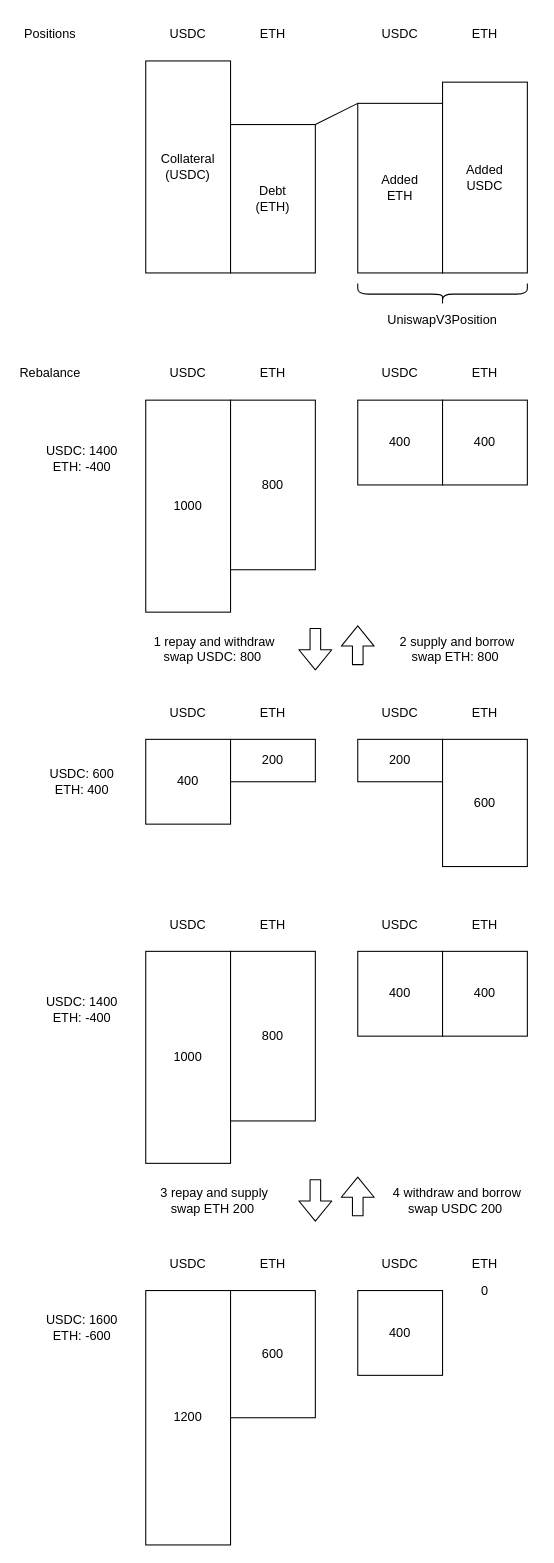
The draw.io diagram page "RebalanceFormula" (2 of 2) of contracts/overview.drawio in orange-finance/alpha-contract, before the edit. Source tidied: cells renumbered, new cells numbered last; positions are measured from the earlier drawing's top-left corner, leaving out a move shared by most shapes. Both pictures are drawn from the tidied source at 106%, with x=0, y=0 at pixel (18, 18).
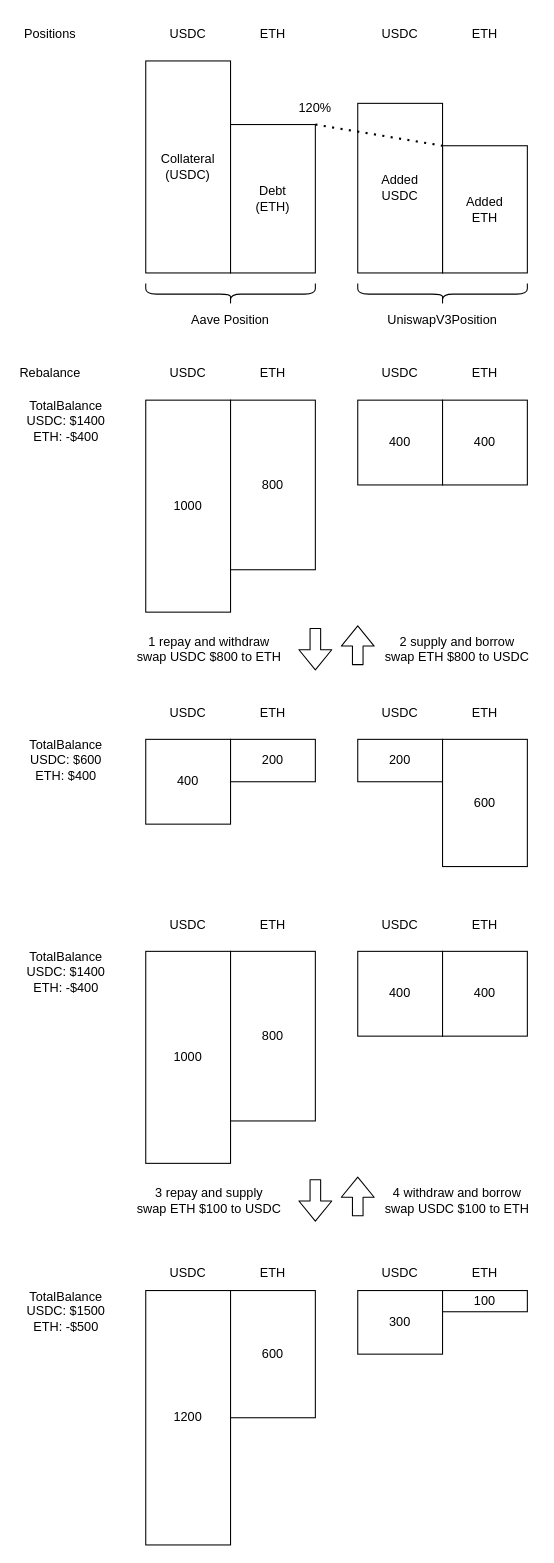
Above is the later version.

The change refers to these unchanged cells:
```xml
<mxCell id="3" value="Debt&lt;br&gt;(ETH)" style="rounded=0;whiteSpace=wrap;html=1;" parent="1" vertex="1">
  <mxGeometry x="200" y="100" width="80" height="140" as="geometry" />
</mxCell>
```

The edit, as a diff of the source:
```diff
@@
     <mxCell id="4" value="Added&lt;br&gt;ETH" style="rounded=0;whiteSpace=wrap;html=1;" parent="1" vertex="1">
-      <mxGeometry x="320" y="80" width="80" height="160" as="geometry" />
+      <mxGeometry x="400" y="120" width="80" height="120" as="geometry" />
     </mxCell>
     <mxCell id="5" value="Added&lt;br&gt;USDC" style="rounded=0;whiteSpace=wrap;html=1;" parent="1" vertex="1">
-      <mxGeometry x="400" y="60" width="80" height="180" as="geometry" />
+      <mxGeometry x="320" y="80" width="80" height="160" as="geometry" />
     </mxCell>
@@
-    <mxCell id="14" value="USDC: 1400&lt;br&gt;ETH: -400" style="text;html=1;strokeColor=none;fillColor=none;align=center;verticalAlign=middle;whiteSpace=wrap;rounded=0;" parent="1" vertex="1">
-      <mxGeometry x="20" y="400" width="80" height="30" as="geometry" />
+    <mxCell id="14" value="TotalBalance&lt;br&gt;USDC: $1400&lt;br&gt;ETH: -$400" style="text;html=1;strokeColor=none;fillColor=none;align=center;verticalAlign=middle;whiteSpace=wrap;rounded=0;" parent="1" vertex="1">
+      <mxGeometry y="360" width="90" height="40" as="geometry" />
     </mxCell>
@@
-    <mxCell id="23" value="USDC: 600&lt;br&gt;ETH: 400" style="text;html=1;strokeColor=none;fillColor=none;align=center;verticalAlign=middle;whiteSpace=wrap;rounded=0;" parent="1" vertex="1">
-      <mxGeometry x="20" y="705" width="80" height="30" as="geometry" />
+    <mxCell id="23" value="TotalBalance&lt;br&gt;USDC: $600&lt;br&gt;ETH: $400" style="text;html=1;strokeColor=none;fillColor=none;align=center;verticalAlign=middle;whiteSpace=wrap;rounded=0;" parent="1" vertex="1">
+      <mxGeometry y="680" width="90" height="40" as="geometry" />
     </mxCell>
@@
-    <mxCell id="25" value="1 repay and withdraw&lt;br&gt;swap USDC: 800&amp;nbsp;" style="text;html=1;strokeColor=none;fillColor=none;align=center;verticalAlign=middle;whiteSpace=wrap;rounded=0;" parent="1" vertex="1">
-      <mxGeometry x="120" y="580" width="130" height="30" as="geometry" />
+    <mxCell id="25" value="1 repay and withdraw&lt;br&gt;swap USDC $800 to ETH" style="text;html=1;strokeColor=none;fillColor=none;align=center;verticalAlign=middle;whiteSpace=wrap;rounded=0;" parent="1" vertex="1">
+      <mxGeometry x="110" y="580" width="140" height="30" as="geometry" />
     </mxCell>
-    <mxCell id="26" style="endArrow=none;html=1;exitX=1;exitY=0;exitDx=0;exitDy=0;entryX=0;entryY=0;entryDx=0;entryDy=0;" parent="1" edge="1" source="3" target="4">
-      <mxGeometry relative="1" as="geometry" />
-    </mxCell>
@@
-    <mxCell id="36" value="2 supply and borrow&lt;br&gt;swap ETH: 800&amp;nbsp;" style="text;html=1;strokeColor=none;fillColor=none;align=center;verticalAlign=middle;whiteSpace=wrap;rounded=0;" parent="1" vertex="1">
+    <mxCell id="36" value="2 supply and borrow&lt;br&gt;swap ETH $800 to USDC" style="text;html=1;strokeColor=none;fillColor=none;align=center;verticalAlign=middle;whiteSpace=wrap;rounded=0;" parent="1" vertex="1">
       <mxGeometry x="339" y="580" width="150" height="30" as="geometry" />
     </mxCell>
@@
     <mxCell id="46" value="USDC" style="text;html=1;strokeColor=none;fillColor=none;align=center;verticalAlign=middle;whiteSpace=wrap;rounded=0;" parent="1" vertex="1">
-      <mxGeometry x="130" y="1160" width="60" height="30" as="geometry" />
+      <mxGeometry x="130" y="1169" width="60" height="30" as="geometry" />
     </mxCell>
@@
     <mxCell id="48" value="ETH" style="text;html=1;strokeColor=none;fillColor=none;align=center;verticalAlign=middle;whiteSpace=wrap;rounded=0;" parent="1" vertex="1">
-      <mxGeometry x="210" y="1160" width="60" height="30" as="geometry" />
+      <mxGeometry x="210" y="1169" width="60" height="30" as="geometry" />
     </mxCell>
-    <mxCell id="49" value="400" style="rounded=0;whiteSpace=wrap;html=1;" parent="1" vertex="1">
-      <mxGeometry x="320" y="1200" width="80" height="80" as="geometry" />
+    <mxCell id="49" value="300" style="rounded=0;whiteSpace=wrap;html=1;" parent="1" vertex="1">
+      <mxGeometry x="320" y="1200" width="80" height="60" as="geometry" />
     </mxCell>
-    <mxCell id="50" value="0" style="rounded=0;whiteSpace=wrap;html=1;" parent="1" vertex="1">
-      <mxGeometry x="400" y="1200" width="80" as="geometry" />
+    <mxCell id="50" value="100" style="rounded=0;whiteSpace=wrap;html=1;" parent="1" vertex="1">
+      <mxGeometry x="400" y="1200" width="80" height="20" as="geometry" />
     </mxCell>
     <mxCell id="51" value="USDC" style="text;html=1;strokeColor=none;fillColor=none;align=center;verticalAlign=middle;whiteSpace=wrap;rounded=0;" parent="1" vertex="1">
-      <mxGeometry x="330" y="1160" width="60" height="30" as="geometry" />
+      <mxGeometry x="330" y="1169" width="60" height="30" as="geometry" />
     </mxCell>
     <mxCell id="52" value="ETH" style="text;html=1;strokeColor=none;fillColor=none;align=center;verticalAlign=middle;whiteSpace=wrap;rounded=0;" parent="1" vertex="1">
-      <mxGeometry x="410" y="1160" width="60" height="30" as="geometry" />
+      <mxGeometry x="410" y="1169" width="60" height="30" as="geometry" />
     </mxCell>
@@
-    <mxCell id="54" value="3 repay and supply&lt;br&gt;swap ETH 200&amp;nbsp;" style="text;html=1;strokeColor=none;fillColor=none;align=center;verticalAlign=middle;whiteSpace=wrap;rounded=0;" parent="1" vertex="1">
-      <mxGeometry x="120" y="1100" width="130" height="30" as="geometry" />
+    <mxCell id="54" value="3 repay and supply&lt;br&gt;swap ETH $100 to USDC" style="text;html=1;strokeColor=none;fillColor=none;align=center;verticalAlign=middle;whiteSpace=wrap;rounded=0;" parent="1" vertex="1">
+      <mxGeometry x="110" y="1100" width="140" height="30" as="geometry" />
     </mxCell>
@@
-    <mxCell id="56" value="4 withdraw&amp;nbsp;and borrow&lt;br&gt;swap USDC 200&amp;nbsp;" style="text;html=1;strokeColor=none;fillColor=none;align=center;verticalAlign=middle;whiteSpace=wrap;rounded=0;" parent="1" vertex="1">
+    <mxCell id="56" value="4 withdraw&amp;nbsp;and borrow&lt;br&gt;swap USDC $100 to ETH" style="text;html=1;strokeColor=none;fillColor=none;align=center;verticalAlign=middle;whiteSpace=wrap;rounded=0;" parent="1" vertex="1">
       <mxGeometry x="339" y="1100" width="150" height="30" as="geometry" />
     </mxCell>
-    <mxCell id="57" value="USDC: 1400&lt;br&gt;ETH: -400" style="text;html=1;strokeColor=none;fillColor=none;align=center;verticalAlign=middle;whiteSpace=wrap;rounded=0;" parent="1" vertex="1">
-      <mxGeometry x="20" y="920" width="80" height="30" as="geometry" />
+    <mxCell id="57" value="TotalBalance&lt;br&gt;USDC: $1400&lt;br&gt;ETH: -$400" style="text;html=1;strokeColor=none;fillColor=none;align=center;verticalAlign=middle;whiteSpace=wrap;rounded=0;" parent="1" vertex="1">
+      <mxGeometry y="880" width="90" height="40" as="geometry" />
     </mxCell>
-    <mxCell id="58" value="USDC: 1600&lt;br&gt;ETH: -600" style="text;html=1;strokeColor=none;fillColor=none;align=center;verticalAlign=middle;whiteSpace=wrap;rounded=0;" parent="1" vertex="1">
-      <mxGeometry x="20" y="1220" width="80" height="30" as="geometry" />
+    <mxCell id="58" value="TotalBalance&lt;br&gt;USDC: $1500&lt;br&gt;ETH: -$500" style="text;html=1;strokeColor=none;fillColor=none;align=center;verticalAlign=middle;whiteSpace=wrap;rounded=0;" parent="1" vertex="1">
+      <mxGeometry y="1200" width="90" height="40" as="geometry" />
     </mxCell>
+    <mxCell id="59" value="Aave Position" style="text;html=1;strokeColor=none;fillColor=none;align=center;verticalAlign=middle;whiteSpace=wrap;rounded=0;" parent="1" vertex="1">
+      <mxGeometry x="155" y="270" width="90" height="30" as="geometry" />
+    </mxCell>
+    <mxCell id="60" style="shape=curlyBracket;whiteSpace=wrap;html=1;rounded=1;flipH=1;labelPosition=right;verticalLabelPosition=middle;align=left;verticalAlign=middle;rotation=90;" parent="1" vertex="1">
+      <mxGeometry x="190" y="180" width="20" height="160" as="geometry" />
+    </mxCell>
+    <mxCell id="61" value="120%" style="text;html=1;strokeColor=none;fillColor=none;align=center;verticalAlign=middle;whiteSpace=wrap;rounded=0;" parent="1" vertex="1">
+      <mxGeometry x="250" y="70" width="60" height="30" as="geometry" />
+    </mxCell>
+    <mxCell id="62" style="endArrow=none;dashed=1;html=1;dashPattern=1 3;strokeWidth=2;entryX=0;entryY=0;entryDx=0;entryDy=0;exitX=0.5;exitY=1;exitDx=0;exitDy=0;" parent="1" edge="1" source="61" target="4">
+      <mxGeometry relative="1" as="geometry" />
+    </mxCell>
```
